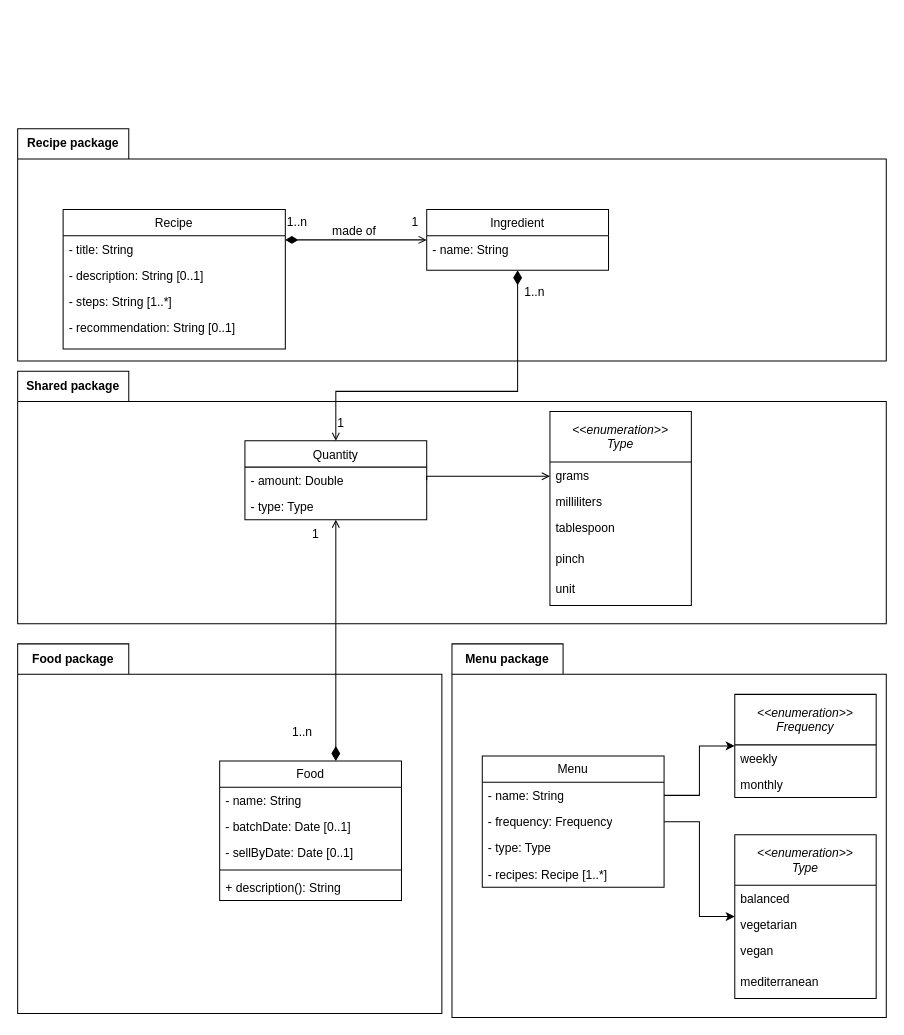
This is doc/domain-model-design.drawio from jantoniomartinfdez/chefficient, a draw.io file, before an edit. Source tidied: cells renumbered, new cells numbered last; positions are measured from the earlier drawing's top-left corner, leaving out a move shared by most shapes. Both pictures are drawn from the tidied source at 101%, with x=0, y=0 at pixel (17, 128).
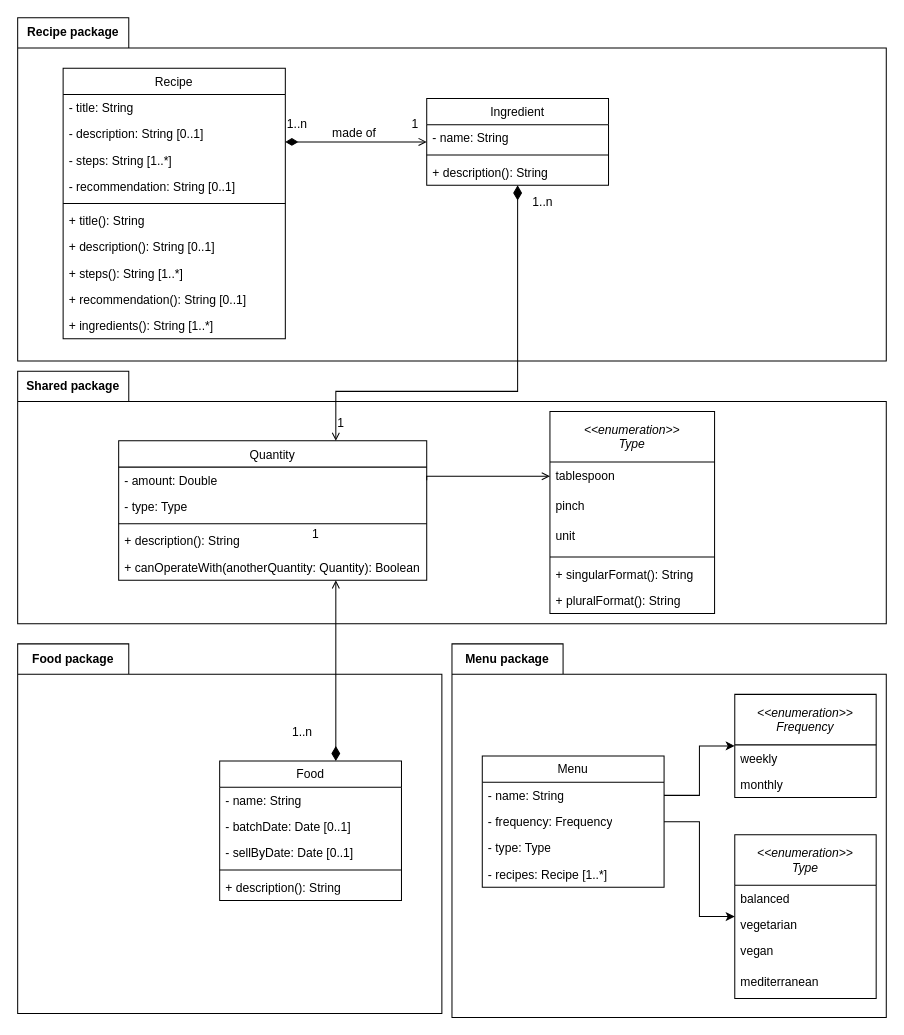
The same diagram, later.

The change refers to these unchanged cells:
```xml
<mxCell id="39" value="Shared package" style="shape=folder;fontStyle=1;tabWidth=110;tabHeight=30;tabPosition=left;html=1;boundedLbl=1;labelInHeader=1;whiteSpace=wrap;" parent="1" vertex="1">
  <mxGeometry y="240" width="860" height="250" as="geometry" />
</mxCell>
```

Diff of the diagram source:
```diff
@@
     <mxCell id="2" value="Recipe package" style="shape=folder;fontStyle=1;tabWidth=110;tabHeight=30;tabPosition=left;html=1;boundedLbl=1;labelInHeader=1;whiteSpace=wrap;" parent="1" vertex="1">
-      <mxGeometry width="860" height="230" as="geometry" />
+      <mxGeometry y="-110" width="860" height="340" as="geometry" />
     </mxCell>
     <mxCell id="3" value="Recipe" style="swimlane;fontStyle=0;align=center;verticalAlign=top;horizontal=1;startSize=26;rounded=0;shadow=0;strokeWidth=1;" parent="2" vertex="1">
-      <mxGeometry x="45" y="80" width="220" height="138" as="geometry" />
+      <mxGeometry x="45" y="50" width="220" height="268" as="geometry" />
     </mxCell>
@@
+    <mxCell id="54" style="line;strokeWidth=1;fillColor=none;align=left;verticalAlign=middle;spacingTop=-1;spacingLeft=3;spacingRight=3;labelPosition=right;strokeColor=inherit;" parent="3" vertex="1">
+      <mxGeometry y="130" width="220" height="8" as="geometry" />
+    </mxCell>
+    <mxCell id="55" value="+ title(): String" style="text;align=left;verticalAlign=top;spacingLeft=4;spacingRight=4;overflow=hidden;" parent="3" vertex="1">
+      <mxGeometry y="138" width="220" height="26" as="geometry" />
+    </mxCell>
+    <mxCell id="56" value="+ description(): String [0..1]" style="text;align=left;verticalAlign=top;spacingLeft=4;spacingRight=4;overflow=hidden;" parent="3" vertex="1">
+      <mxGeometry y="164" width="220" height="26" as="geometry" />
+    </mxCell>
+    <mxCell id="57" value="+ steps(): String [1..*]" style="text;align=left;verticalAlign=top;spacingLeft=4;spacingRight=4;overflow=hidden;rounded=0;shadow=0;html=0;" parent="3" vertex="1">
+      <mxGeometry y="190" width="220" height="26" as="geometry" />
+    </mxCell>
+    <mxCell id="58" value="+ recommendation(): String [0..1]" style="text;align=left;verticalAlign=top;spacingLeft=4;spacingRight=4;overflow=hidden;rounded=0;shadow=0;html=0;" parent="3" vertex="1">
+      <mxGeometry y="216" width="220" height="26" as="geometry" />
+    </mxCell>
+    <mxCell id="59" value="+ ingredients(): String [1..*]" style="text;align=left;verticalAlign=top;spacingLeft=4;spacingRight=4;overflow=hidden;rounded=0;shadow=0;html=0;" parent="3" vertex="1">
+      <mxGeometry y="242" width="220" height="26" as="geometry" />
+    </mxCell>
@@
     <mxCell id="12" value="Ingredient" style="swimlane;fontStyle=0;align=center;verticalAlign=top;horizontal=1;startSize=26;rounded=0;shadow=0;strokeWidth=1;" parent="2" vertex="1">
-      <mxGeometry x="405" y="80" width="180" height="60" as="geometry" />
+      <mxGeometry x="405" y="80" width="180" height="86" as="geometry" />
     </mxCell>
@@
+    <mxCell id="60" style="line;strokeWidth=1;fillColor=none;align=left;verticalAlign=middle;spacingTop=-1;spacingLeft=3;spacingRight=3;labelPosition=right;strokeColor=inherit;" parent="12" vertex="1">
+      <mxGeometry y="52" width="180" height="8" as="geometry" />
+    </mxCell>
+    <mxCell id="61" value="+ description(): String" style="text;align=left;verticalAlign=top;spacingLeft=4;spacingRight=4;overflow=hidden;" parent="12" vertex="1">
+      <mxGeometry y="60" width="180" height="26" as="geometry" />
+    </mxCell>
     <mxCell id="14" value="1..n" style="align=left;verticalAlign=bottom;labelBackgroundColor=none;fontSize=12;" parent="2" vertex="1">
-      <mxGeometry x="500" y="170" as="geometry" />
+      <mxGeometry x="500" y="170" as="geometry">
+        <mxPoint x="8" y="21" as="offset" />
+      </mxGeometry>
     </mxCell>
@@
     <mxCell id="40" value="Quantity" style="swimlane;fontStyle=0;align=center;verticalAlign=top;horizontal=1;startSize=26;rounded=0;shadow=0;strokeWidth=1;" parent="39" vertex="1">
-      <mxGeometry x="225" y="69" width="180" height="78" as="geometry" />
+      <mxGeometry x="100" y="69" width="305" height="138" as="geometry" />
     </mxCell>
     <mxCell id="41" value="- amount: Double" style="text;align=left;verticalAlign=top;spacingLeft=4;spacingRight=4;overflow=hidden;points=[[0,0.5],[1,0.5]];portConstraint=eastwest;rounded=0;shadow=0;html=0;" parent="40" vertex="1">
-      <mxGeometry y="26" width="180" height="26" as="geometry" />
+      <mxGeometry y="26" width="305" height="26" as="geometry" />
     </mxCell>
     <mxCell id="42" value="- type: Type" style="text;align=left;verticalAlign=top;spacingLeft=4;spacingRight=4;overflow=hidden;rounded=0;shadow=0;html=0;" parent="40" vertex="1">
-      <mxGeometry y="52" width="180" height="26" as="geometry" />
+      <mxGeometry y="52" width="305" height="26" as="geometry" />
     </mxCell>
+    <mxCell id="62" style="line;strokeWidth=1;fillColor=none;align=left;verticalAlign=middle;spacingTop=-1;spacingLeft=3;spacingRight=3;labelPosition=right;strokeColor=inherit;" parent="40" vertex="1">
+      <mxGeometry y="78" width="305" height="8" as="geometry" />
+    </mxCell>
+    <mxCell id="63" value="+ description(): String" style="text;align=left;verticalAlign=top;spacingLeft=4;spacingRight=4;overflow=hidden;" parent="40" vertex="1">
+      <mxGeometry y="86" width="305" height="26" as="geometry" />
+    </mxCell>
+    <mxCell id="64" value="+ canOperateWith(anotherQuantity: Quantity): Boolean" style="text;align=left;verticalAlign=top;spacingLeft=4;spacingRight=4;overflow=hidden;" parent="40" vertex="1">
+      <mxGeometry y="112" width="305" height="26" as="geometry" />
+    </mxCell>
     <mxCell id="43" value="&lt;&lt;enumeration&gt;&gt;&#10;Type" style="swimlane;fontStyle=2;horizontal=1;startSize=50;fillColor=none;" parent="39" vertex="1">
-      <mxGeometry x="527" y="40" width="140" height="192" as="geometry" />
+      <mxGeometry x="527" y="40" width="163" height="200" as="geometry" />
     </mxCell>
-    <mxCell id="44" value="grams" style="text;strokeColor=none;fillColor=none;align=left;verticalAlign=top;spacingLeft=4;spacingRight=4;overflow=hidden;" parent="43" vertex="1">
-      <mxGeometry y="50" width="140" height="26" as="geometry" />
-    </mxCell>
-    <mxCell id="45" value="milliliters" style="text;strokeColor=none;fillColor=none;align=left;verticalAlign=top;spacingLeft=4;spacingRight=4;overflow=hidden;" parent="43" vertex="1">
-      <mxGeometry y="76" width="140" height="26" as="geometry" />
-    </mxCell>
     <mxCell id="46" value="tablespoon" style="text;strokeColor=none;fillColor=none;align=left;verticalAlign=top;spacingLeft=4;spacingRight=4;overflow=hidden;" parent="43" vertex="1">
-      <mxGeometry y="102" width="140" height="30" as="geometry" />
+      <mxGeometry y="50" width="163" height="30" as="geometry" />
     </mxCell>
     <mxCell id="47" value="pinch" style="text;strokeColor=none;fillColor=none;align=left;verticalAlign=top;spacingLeft=4;spacingRight=4;overflow=hidden;" parent="43" vertex="1">
-      <mxGeometry y="132" width="140" height="30" as="geometry" />
+      <mxGeometry y="80" width="163" height="30" as="geometry" />
     </mxCell>
     <mxCell id="48" value="unit" style="text;strokeColor=none;fillColor=none;align=left;verticalAlign=top;spacingLeft=4;spacingRight=4;overflow=hidden;" parent="43" vertex="1">
-      <mxGeometry y="162" width="140" height="30" as="geometry" />
+      <mxGeometry y="110" width="163" height="30" as="geometry" />
     </mxCell>
+    <mxCell id="65" style="line;strokeWidth=1;fillColor=none;align=left;verticalAlign=middle;spacingTop=-1;spacingLeft=3;spacingRight=3;labelPosition=right;strokeColor=inherit;" parent="43" vertex="1">
+      <mxGeometry y="140" width="163" height="8" as="geometry" />
+    </mxCell>
+    <mxCell id="66" value="+ singularFormat(): String" style="text;align=left;verticalAlign=top;spacingLeft=4;spacingRight=4;overflow=hidden;" parent="43" vertex="1">
+      <mxGeometry y="148" width="163" height="26" as="geometry" />
+    </mxCell>
+    <mxCell id="67" value="+ pluralFormat(): String" style="text;align=left;verticalAlign=top;spacingLeft=4;spacingRight=4;overflow=hidden;" parent="43" vertex="1">
+      <mxGeometry y="174" width="163" height="26" as="geometry" />
+    </mxCell>
```
